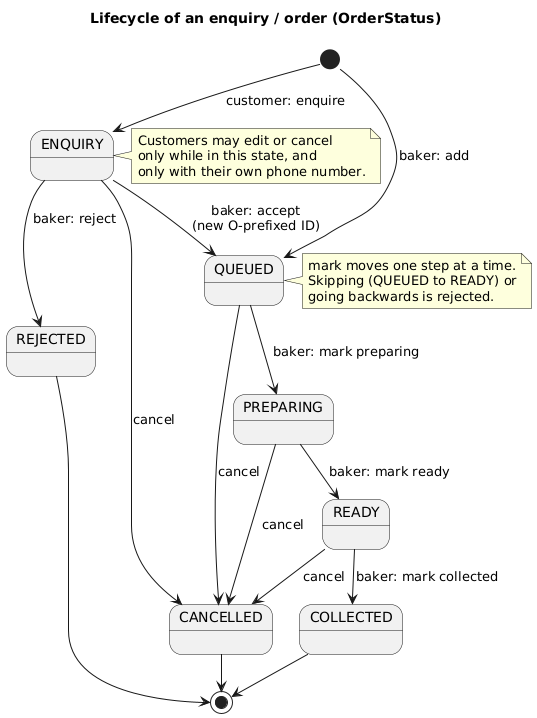
This is docs/diagrams/rendered/OrderStateDiagram.png from AY2627S1-CS2113-W12-1/tp, a PlantUML export, as it was before one commit.
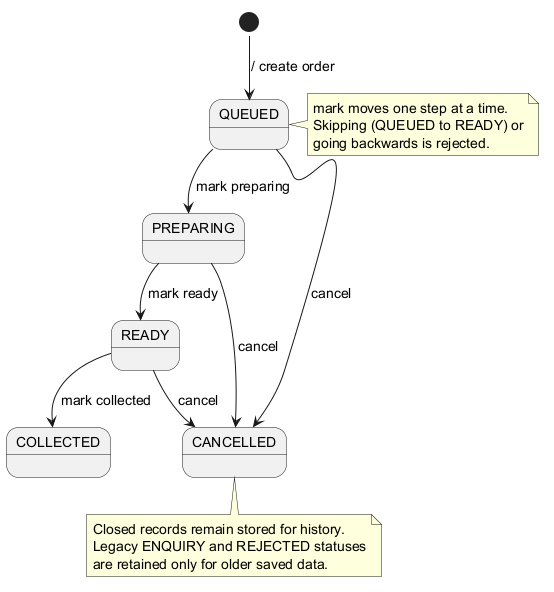
The same file after the commit.

The edit, as a diff of the source:
```diff
@@ -1,33 +1,26 @@
 @startuml OrderStateDiagram
 !pragma layout smetana
-title Lifecycle of an enquiry / order (OrderStatus)
+skinparam shadowing false
+skinparam defaultFontSize 14
 
-[*] --> ENQUIRY : customer: enquire
-[*] --> QUEUED : baker: add
+[*] --> QUEUED : / create order
 
-ENQUIRY --> QUEUED : baker: accept\n(new O-prefixed ID)
-ENQUIRY --> REJECTED : baker: reject
-ENQUIRY --> CANCELLED : cancel
-
-QUEUED --> PREPARING : baker: mark preparing
-PREPARING --> READY : baker: mark ready
-READY --> COLLECTED : baker: mark collected
+QUEUED --> PREPARING : mark preparing
+PREPARING --> READY : mark ready
+READY --> COLLECTED : mark collected
 QUEUED --> CANCELLED : cancel
 PREPARING --> CANCELLED : cancel
 READY --> CANCELLED : cancel
 
-COLLECTED --> [*]
-CANCELLED --> [*]
-REJECTED --> [*]
-
-note right of ENQUIRY
-  Customers may edit or cancel
-  only while in this state, and
-  only with their own phone number.
-end note
 note right of QUEUED
   mark moves one step at a time.
   Skipping (QUEUED to READY) or
   going backwards is rejected.
 end note
+
+note bottom of CANCELLED
+  Closed records remain stored for history.
+  Legacy ENQUIRY and REJECTED statuses
+  are retained only for older saved data.
+end note
 @enduml
```
